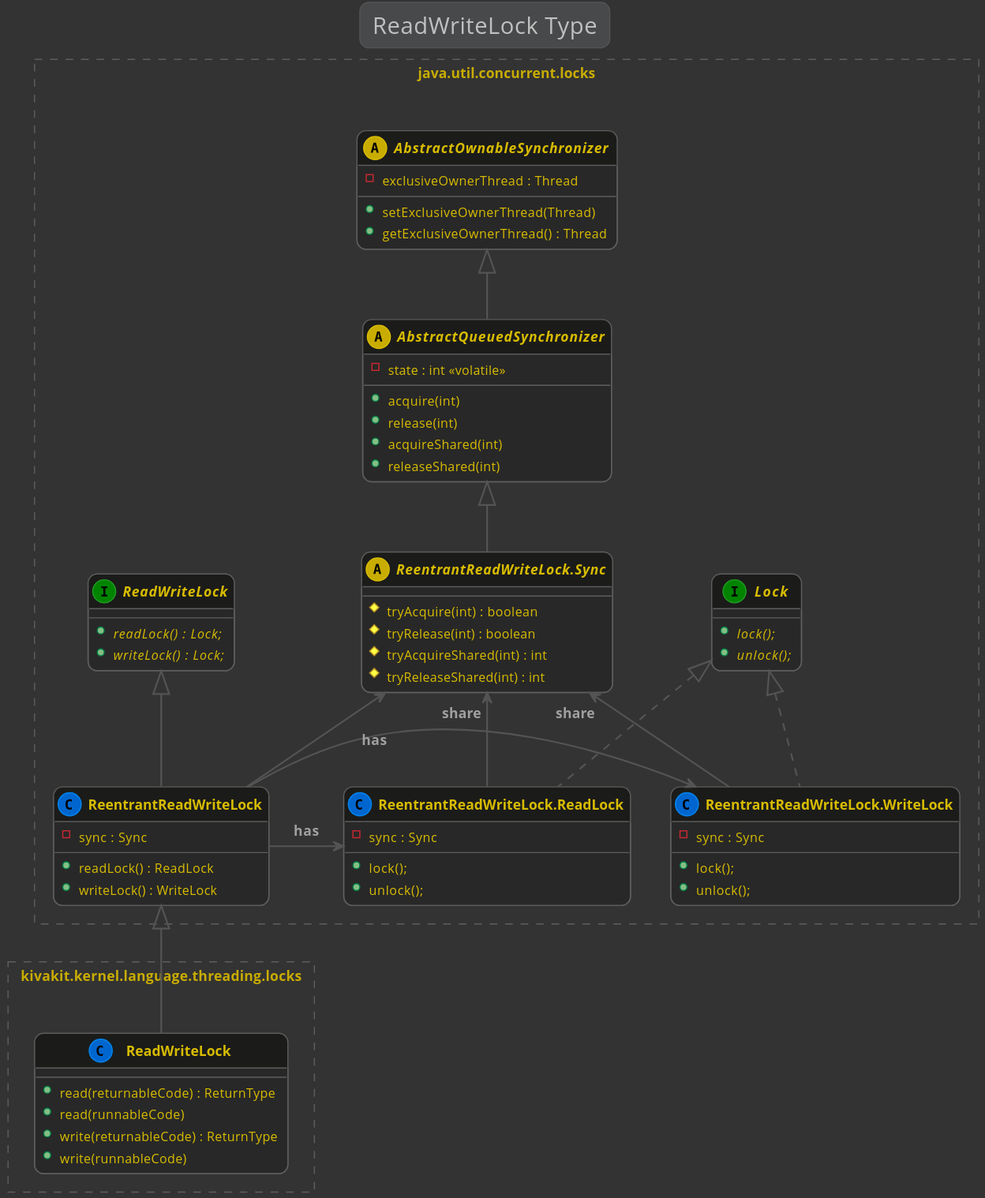
Above: documentation/uml/_patterns/lock-read-write-ReadWriteLock_Type.svg in Telenav/kivakit (PlantUML), before the change.
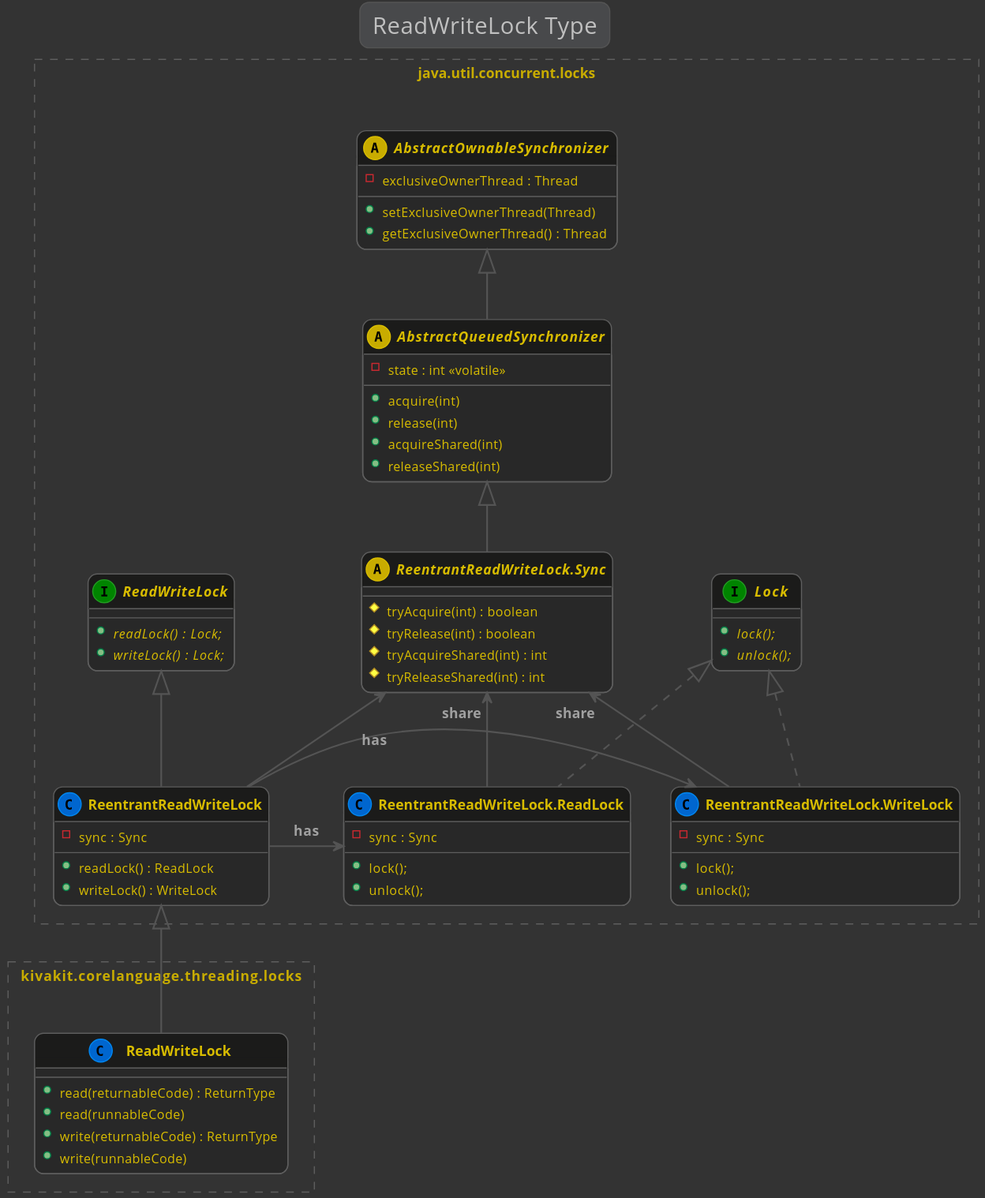
After the commit.

Diff of the diagram source:
```diff
@@ -70,7 +70,7 @@
         }
     }
 
-    package kivakit.kernel.language.threading.locks {
+    package kivakit.corelanguage.threading.locks {
         class "ReadWriteLock" as KivakitLock {
             + read(returnableCode) : ReturnType
             + read(runnableCode)
```
